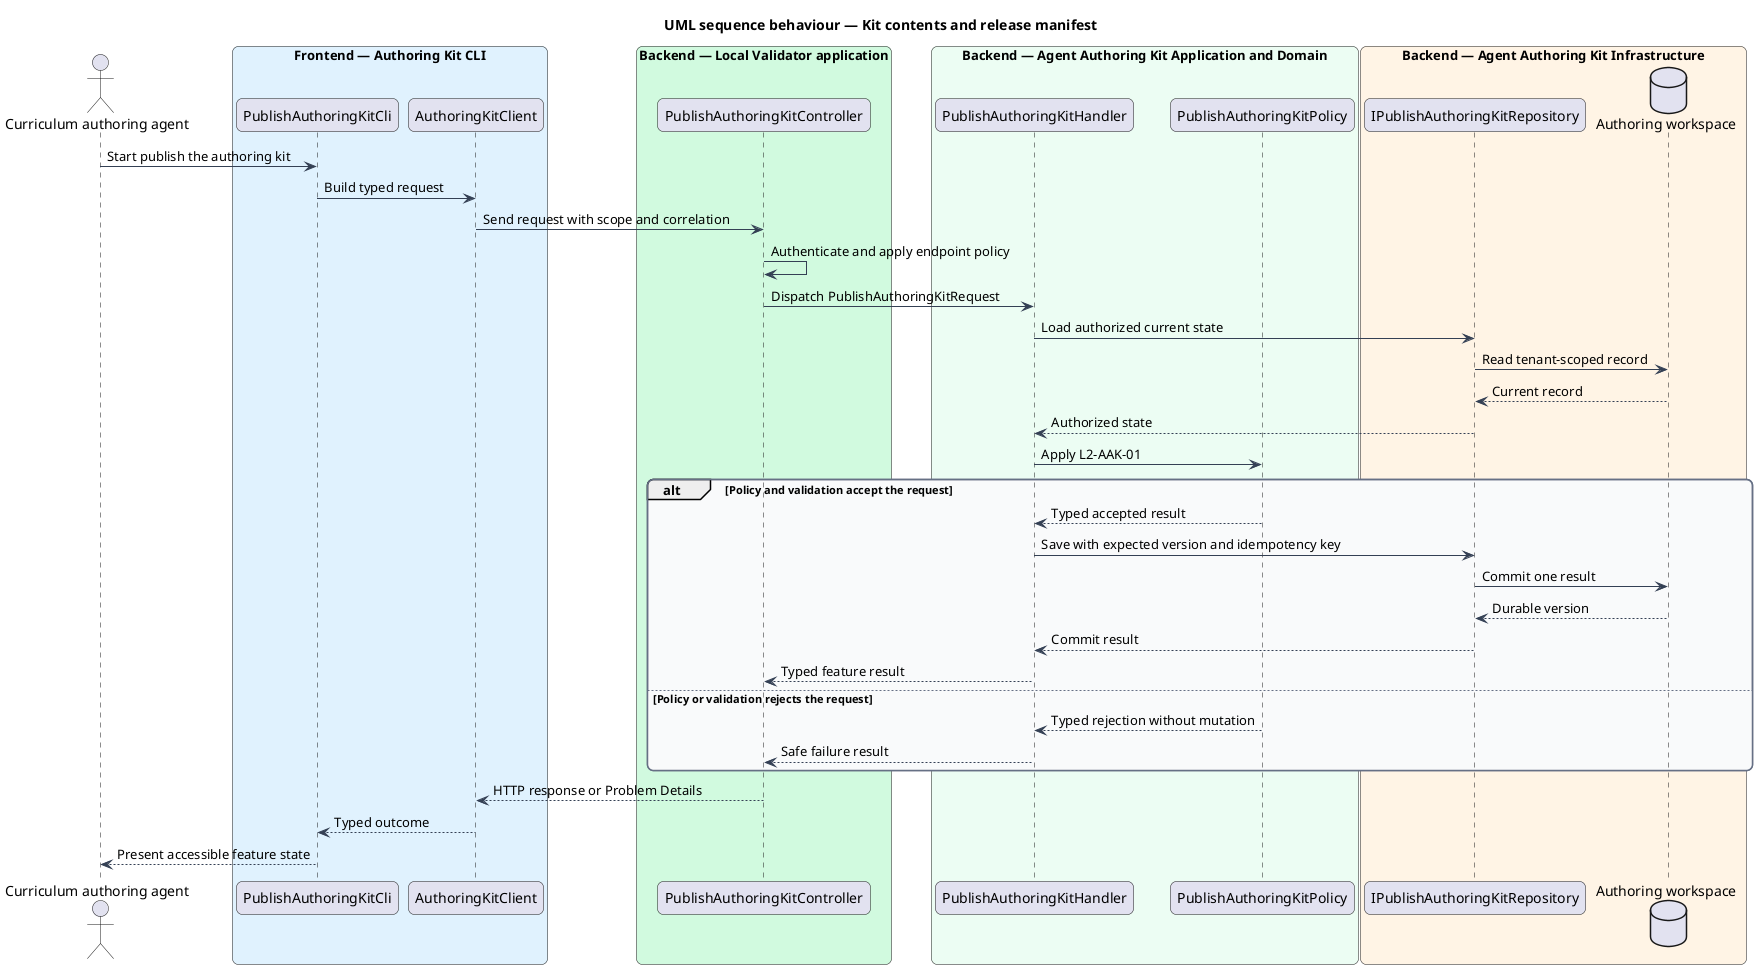
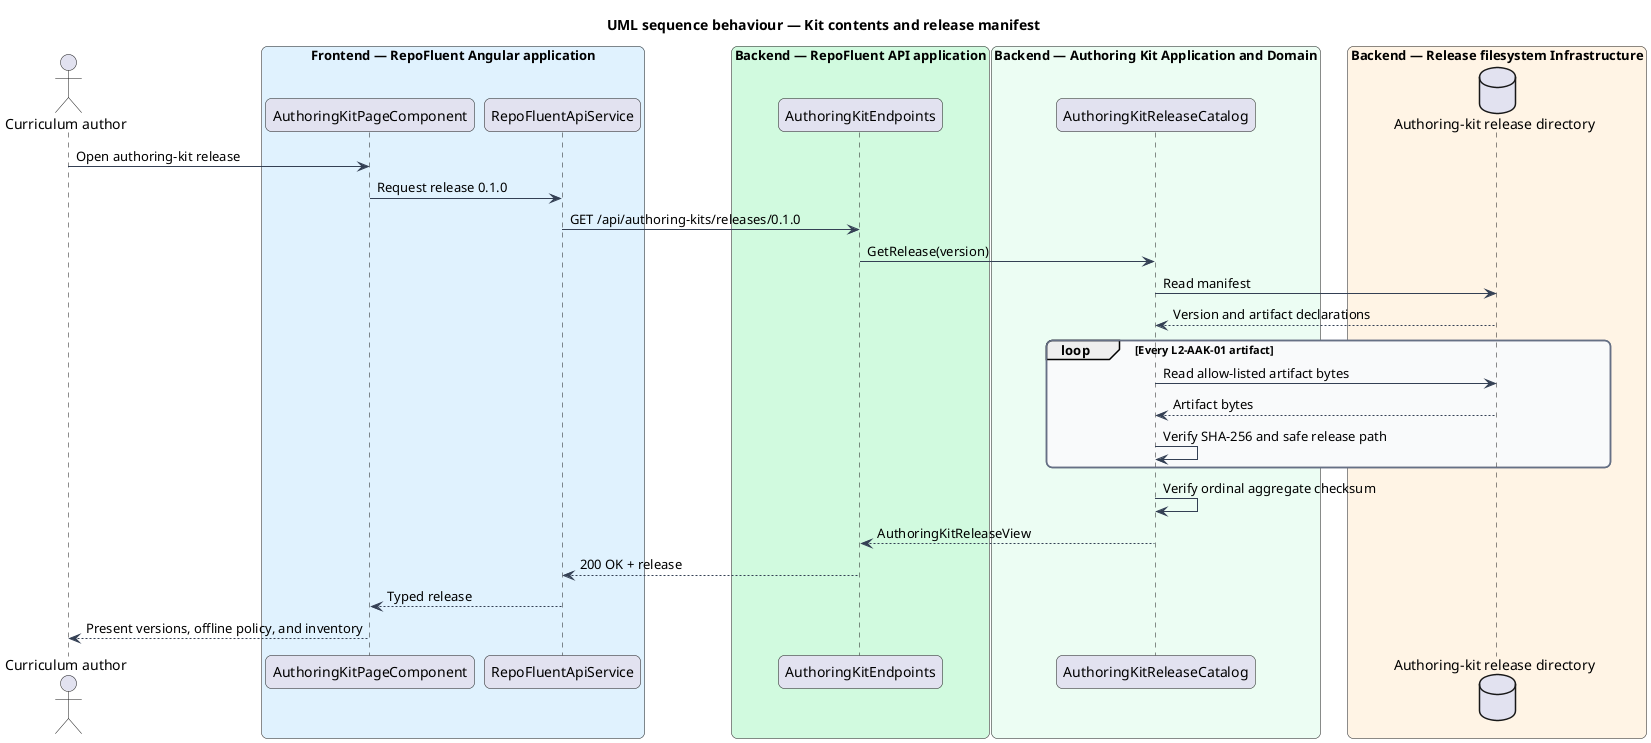
@startuml
title UML sequence behaviour — Kit contents and release manifest
skinparam backgroundColor #FFFFFF
skinparam shadowing false
skinparam roundcorner 12
skinparam defaultFontName Arial
skinparam ArrowColor #344054
skinparam rectangle {
  BorderColor #344054
  FontColor #101828
}
skinparam package {
  BorderColor #667085
  FontColor #101828
  BackgroundColor #F9FAFB
}
- actor "Curriculum authoring agent" as actor
- box "Frontend — Authoring Kit CLI" #E0F2FE
-   participant "PublishAuthoringKitCli" as entry
-   participant "AuthoringKitClient" as client
+ actor "Curriculum author" as author
+ box "Frontend — RepoFluent Angular application" #E0F2FE
+   participant "AuthoringKitPageComponent" as page
+   participant "RepoFluentApiService" as client
end box
- box "Backend — Local Validator application" #D1FADF
-   participant "PublishAuthoringKitController" as controller
+ box "Backend — RepoFluent API application" #D1FADF
+   participant "AuthoringKitEndpoints" as endpoints
end box
- box "Backend — Agent Authoring Kit Application and Domain" #ECFDF3
-   participant "PublishAuthoringKitHandler" as handler
-   participant "PublishAuthoringKitPolicy" as policy
+ box "Backend — Authoring Kit Application and Domain" #ECFDF3
+   participant "AuthoringKitReleaseCatalog" as catalog
end box
- box "Backend — Agent Authoring Kit Infrastructure" #FFF4E5
-   participant "IPublishAuthoringKitRepository" as repository
-   database "Authoring workspace" as store
+ box "Backend — Release filesystem Infrastructure" #FFF4E5
+   database "Authoring-kit release directory" as files
end box
- actor -> entry : Start publish the authoring kit
- entry -> client : Build typed request
- client -> controller : Send request with scope and correlation
- controller -> controller : Authenticate and apply endpoint policy
- controller -> handler : Dispatch PublishAuthoringKitRequest
- handler -> repository : Load authorized current state
- repository -> store : Read tenant-scoped record
- store --> repository : Current record
- repository --> handler : Authorized state
- handler -> policy : Apply L2-AAK-01
- alt Policy and validation accept the request
-   policy --> handler : Typed accepted result
-   handler -> repository : Save with expected version and idempotency key
-   repository -> store : Commit one result
-   store --> repository : Durable version
-   repository --> handler : Commit result
-   handler --> controller : Typed feature result
- else Policy or validation rejects the request
-   policy --> handler : Typed rejection without mutation
-   handler --> controller : Safe failure result
+ 
+ author -> page : Open authoring-kit release
+ page -> client : Request release 0.1.0
+ client -> endpoints : GET /api/authoring-kits/releases/0.1.0
+ endpoints -> catalog : GetRelease(version)
+ catalog -> files : Read manifest
+ files --> catalog : Version and artifact declarations
+ loop Every L2-AAK-01 artifact
+   catalog -> files : Read allow-listed artifact bytes
+   files --> catalog : Artifact bytes
+   catalog -> catalog : Verify SHA-256 and safe release path
end
- controller --> client : HTTP response or Problem Details
- client --> entry : Typed outcome
- entry --> actor : Present accessible feature state
+ catalog -> catalog : Verify ordinal aggregate checksum
+ catalog --> endpoints : AuthoringKitReleaseView
+ endpoints --> client : 200 OK + release
+ client --> page : Typed release
+ page --> author : Present versions, offline policy, and inventory
@enduml
